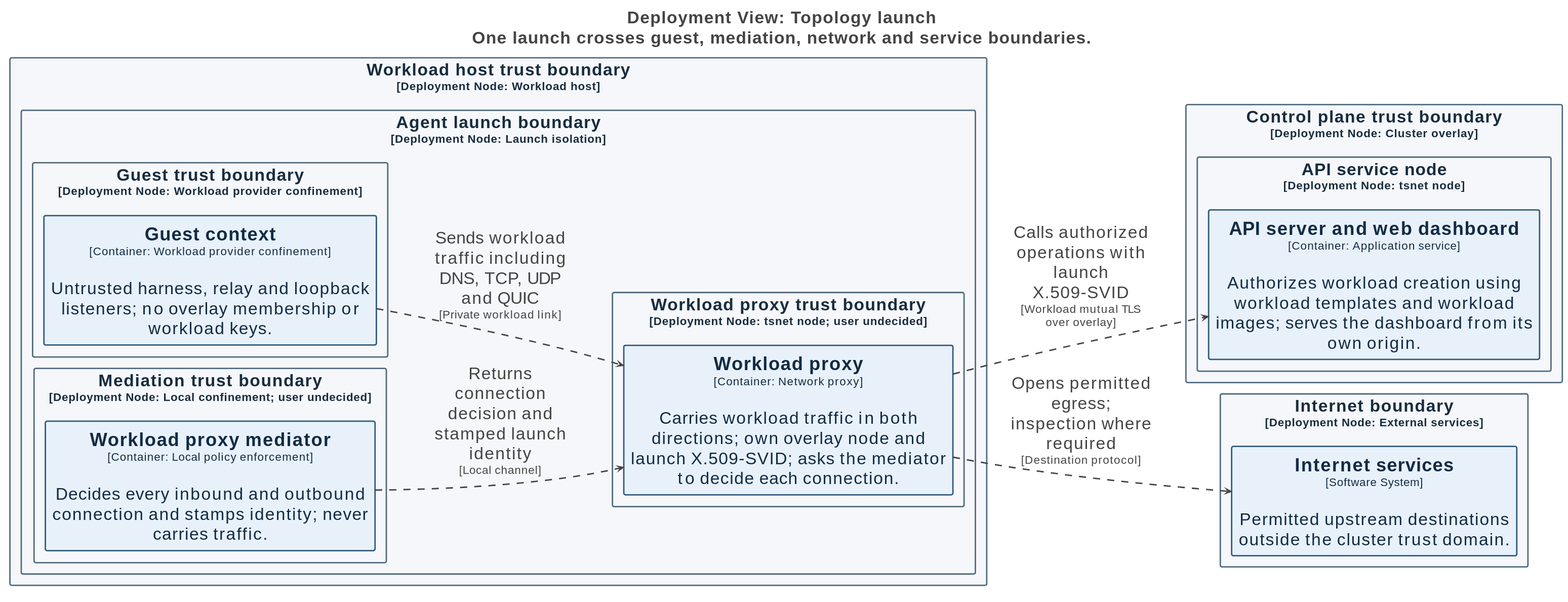
Before: docs/diagrams/structurizr-network-launch.svg, a diagram exported from PlantUML (tbhb-dev/afakt). Its source is kept beside it as docs/diagrams/structurizr-network-launch.puml.
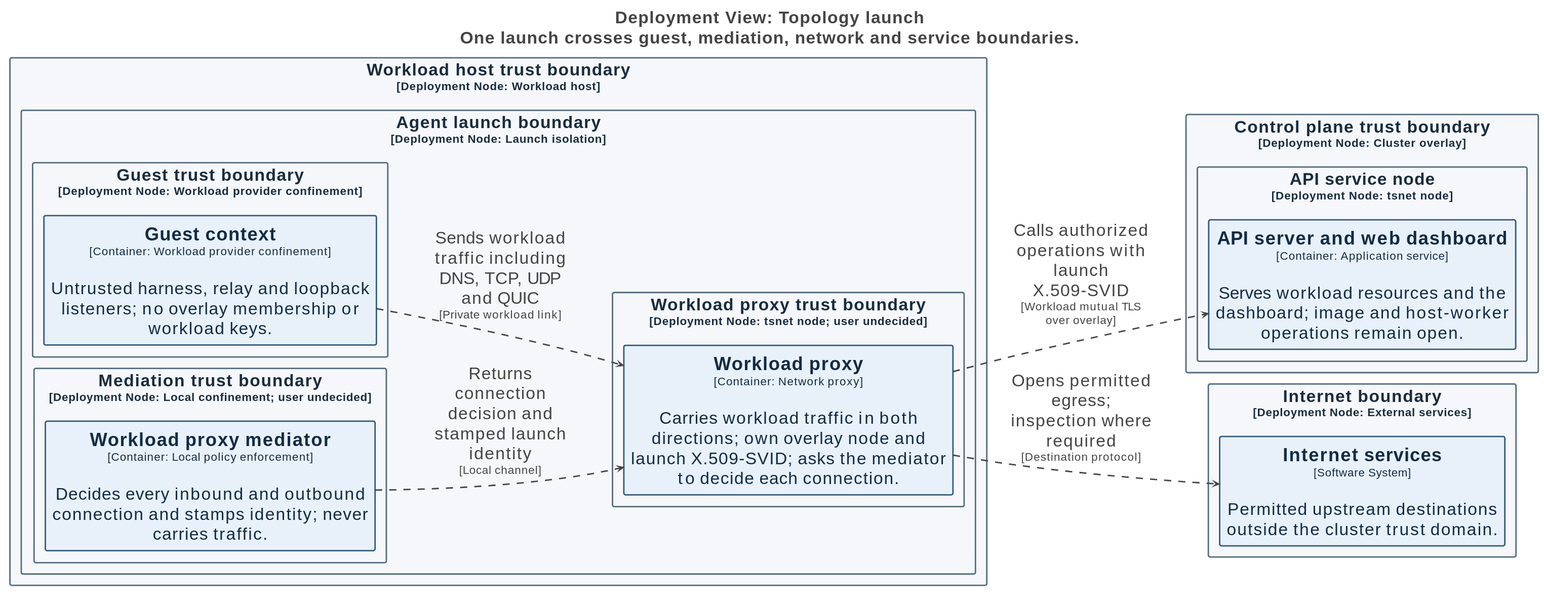
Later version of the same file.

What changed in the source:
```diff
@@ -71,7 +71,7 @@
 
 rectangle "Control plane trust boundary\n<size:16>[Deployment Node: Cluster overlay]</size>" <<DeploymentNode-RWxlbWVudCxEZXBsb3ltZW50IE5vZGU=>> as Topologylaunch.Controlplanetrustboundary {
   rectangle "API service node\n<size:16>[Deployment Node: tsnet node]</size>" <<DeploymentNode-RWxlbWVudCxEZXBsb3ltZW50IE5vZGU=>> as Topologylaunch.Controlplanetrustboundary.APIservicenode {
-    rectangle "==API server and web dashboard\n<size:16>[Container: Application service]</size>\n\nAuthorizes workload creation using workload templates and workload images; serves the dashboard from its own origin." <<Element-RWxlbWVudCxUb3BvbG9neQ==>> as Topologylaunch.Controlplanetrustboundary.APIservicenode.APIserverandwebdashboard_1
+    rectangle "==API server and web dashboard\n<size:16>[Container: Application service]</size>\n\nServes workload resources and the dashboard; image and host-worker operations remain open." <<Element-RWxlbWVudCxUb3BvbG9neQ==>> as Topologylaunch.Controlplanetrustboundary.APIservicenode.APIserverandwebdashboard_1
   }
 
 }
```
